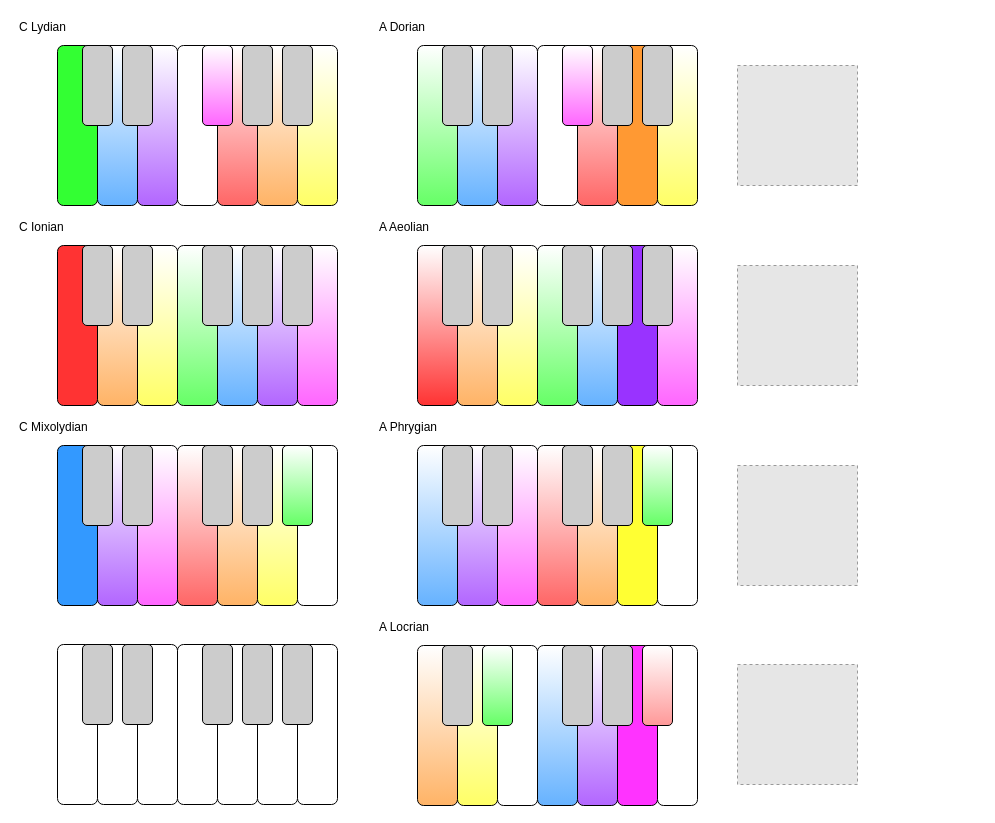
Earlier version of the draw.io diagram images/Modes.drawio (BenBarrett89/miscellaneous). Source tidied: cells renumbered, new cells numbered last; positions are measured from the earlier drawing's top-left corner, leaving out a move shared by most shapes. Both pictures are drawn from the tidied source at 100%, with x=0, y=0 at pixel (17, 17). Pictures stored in the file or linked from it are replaced by grey dashed boxes.
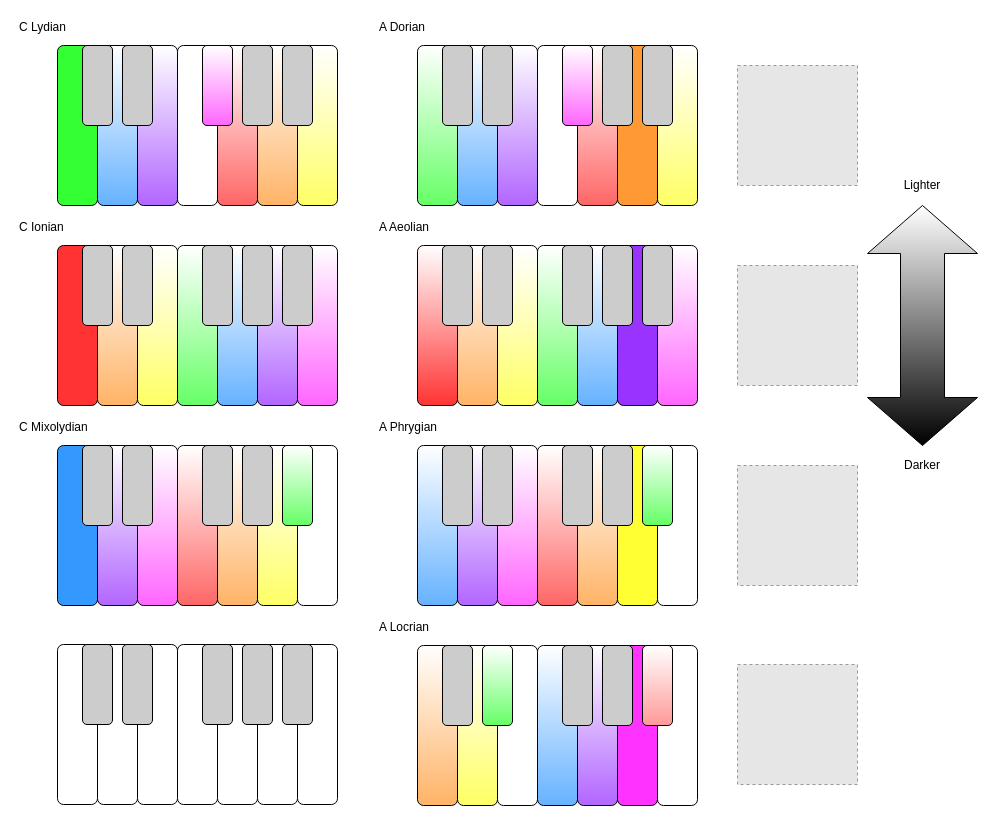
The same diagram, later.

Commit message (it also covers changes not shown here):
Added Lighter/Darker arrow

Diff of the diagram source:
```diff
@@
+    <mxCell id="109" style="html=1;shadow=0;dashed=0;align=center;verticalAlign=middle;shape=mxgraph.arrows2.twoWayArrow;dy=0.6;dx=48;fillColor=#000000;gradientColor=#FFFFFF;direction=south;gradientDirection=west;" parent="1" vertex="1">
+      <mxGeometry x="850" y="188" width="110" height="240" as="geometry" />
+    </mxCell>
+    <mxCell id="110" value="Lighter" style="text;html=1;strokeColor=none;fillColor=none;align=center;verticalAlign=middle;whiteSpace=wrap;rounded=0;" parent="1" vertex="1">
+      <mxGeometry x="885" y="158" width="40" height="20" as="geometry" />
+    </mxCell>
+    <mxCell id="111" value="Darker" style="text;html=1;strokeColor=none;fillColor=none;align=center;verticalAlign=middle;whiteSpace=wrap;rounded=0;" parent="1" vertex="1">
+      <mxGeometry x="885" y="438" width="40" height="20" as="geometry" />
+    </mxCell>
```
